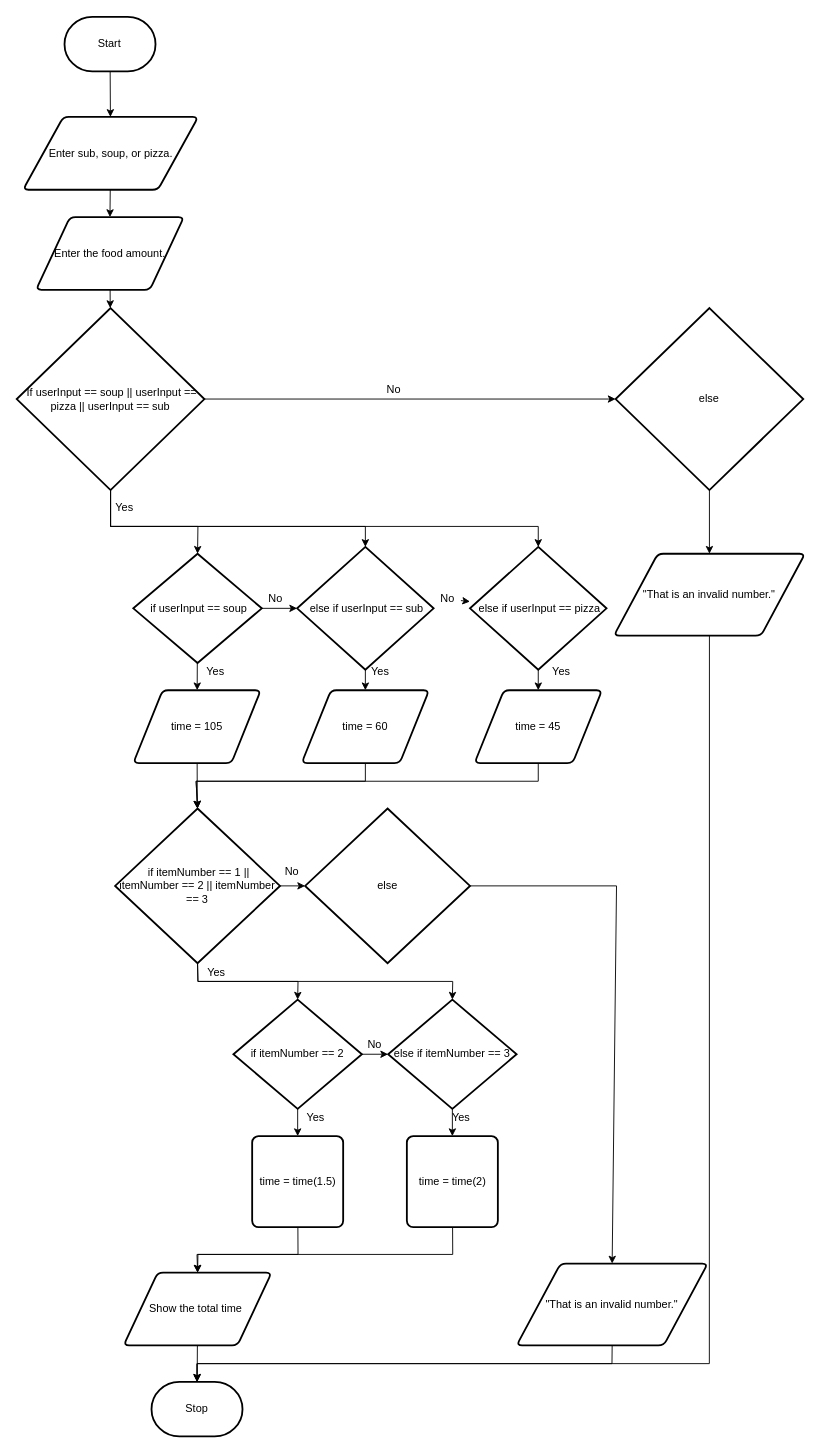
The draw.io diagram flowchart.drawio in Rodas-Nega1/ics4u-unit-1-03-typescript, before the edit. Source tidied: cells renumbered, new cells numbered last; positions are measured from the earlier drawing's top-left corner, leaving out a move shared by most shapes. Both pictures are drawn from the tidied source at 91%, with x=0, y=0 at pixel (16, 16).
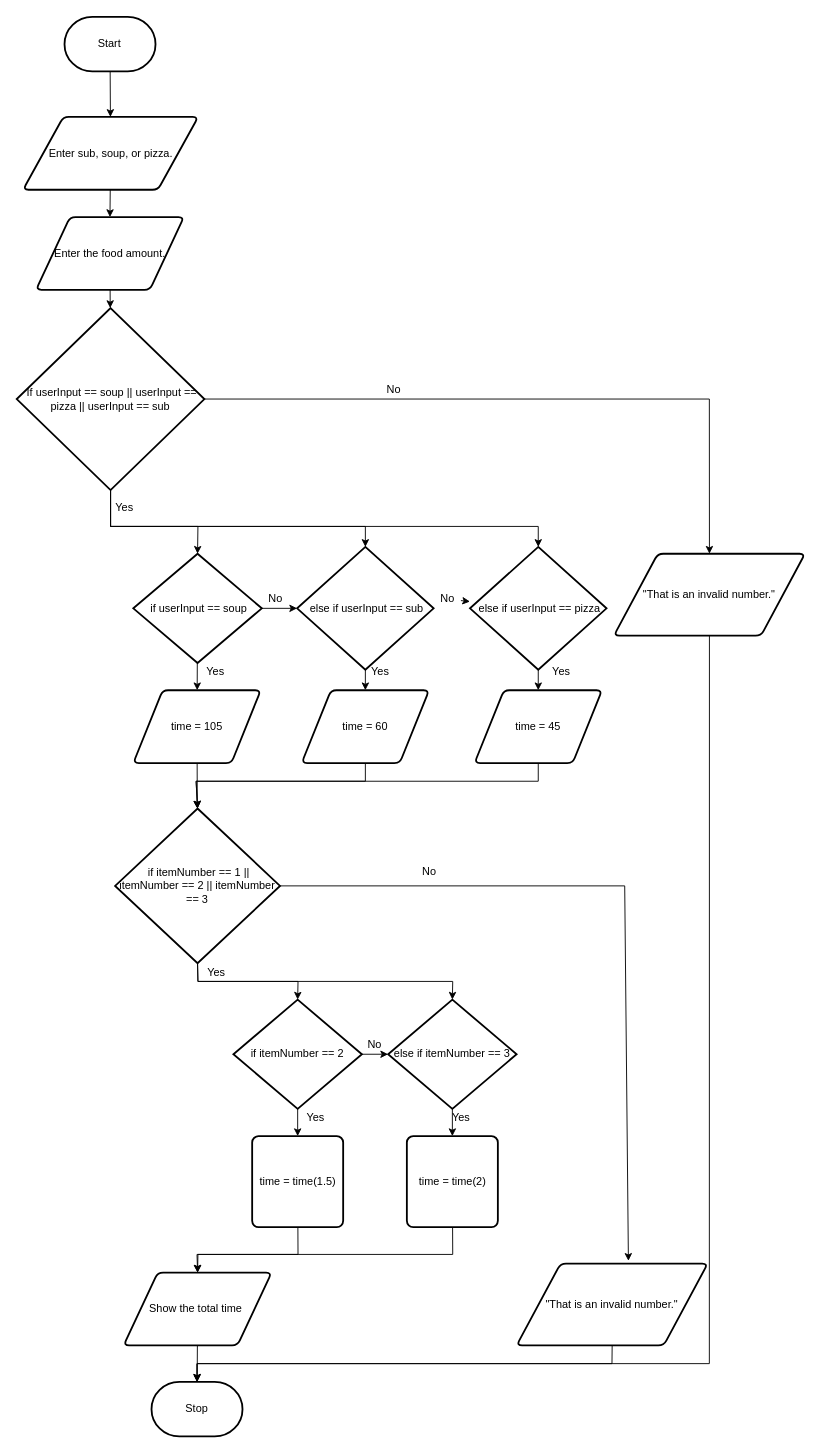
After the change.

Unchanged cells that the change refers to:
```xml
<mxCell id="11" value="&lt;span id=&quot;docs-internal-guid-6195adaa-7fff-0db7-8f2a-d677f404ffa1&quot;&gt;&lt;span style=&quot;background-color: transparent ; vertical-align: baseline&quot;&gt;&amp;nbsp;If userInput == soup || userInput == pizza || userInput == sub&lt;/span&gt;&lt;/span&gt;" style="strokeWidth=2;html=1;shape=mxgraph.flowchart.decision;whiteSpace=wrap;" parent="1" vertex="1">
  <mxGeometry x="-0.1" y="320" width="206.2" height="200" as="geometry" />
</mxCell>
<mxCell id="37" value="&lt;span id=&quot;docs-internal-guid-6195adaa-7fff-0db7-8f2a-d677f404ffa1&quot;&gt;&lt;span style=&quot;background-color: transparent ; vertical-align: baseline&quot;&gt;&amp;nbsp;if i&lt;/span&gt;&lt;/span&gt;temNumber == 1 || itemNumber == 2 || itemNumber == 3" style="strokeWidth=2;html=1;shape=mxgraph.flowchart.decision;whiteSpace=wrap;" parent="1" vertex="1">
  <mxGeometry x="108" y="870" width="181.2" height="170" as="geometry" />
</mxCell>
<mxCell id="52" value="&quot;That is an invalid number.&quot;" style="shape=parallelogram;html=1;strokeWidth=2;perimeter=parallelogramPerimeter;whiteSpace=wrap;rounded=1;arcSize=12;size=0.23;" parent="1" vertex="1">
  <mxGeometry x="549.2" y="1370" width="210" height="90" as="geometry" />
</mxCell>
<mxCell id="54" value="&quot;That is an invalid number.&quot;" style="shape=parallelogram;html=1;strokeWidth=2;perimeter=parallelogramPerimeter;whiteSpace=wrap;rounded=1;arcSize=12;size=0.23;" parent="1" vertex="1">
  <mxGeometry x="656.1" y="590" width="210" height="90" as="geometry" />
</mxCell>
```

What changed in the source:
```diff
@@
-    <mxCell id="10" style="edgeStyle=none;rounded=0;html=1;" parent="1" edge="1" source="11" target="29">
-      <mxGeometry relative="1" as="geometry" />
-    </mxCell>
+    <mxCell id="66" style="edgeStyle=none;html=1;entryX=0.5;entryY=0;entryDx=0;entryDy=0;rounded=0;" parent="1" edge="1" source="11" target="54">
+      <mxGeometry relative="1" as="geometry">
+        <Array as="points">
+          <mxPoint x="761" y="420" />
+        </Array>
+      </mxGeometry>
+    </mxCell>
@@
-    <mxCell id="28" style="edgeStyle=none;rounded=0;html=1;entryX=0.5;entryY=0;entryDx=0;entryDy=0;" parent="1" edge="1" source="29" target="54">
-      <mxGeometry relative="1" as="geometry" />
-    </mxCell>
-    <mxCell id="29" value="&lt;span id=&quot;docs-internal-guid-6195adaa-7fff-0db7-8f2a-d677f404ffa1&quot;&gt;&lt;span style=&quot;background-color: transparent ; vertical-align: baseline&quot;&gt;else&lt;/span&gt;&lt;/span&gt;" style="strokeWidth=2;html=1;shape=mxgraph.flowchart.decision;whiteSpace=wrap;" parent="1" vertex="1">
-      <mxGeometry x="658" y="320" width="206.2" height="200" as="geometry" />
-    </mxCell>
@@
-    <mxCell id="35" style="edgeStyle=none;rounded=0;html=1;" parent="1" edge="1" source="37" target="44">
-      <mxGeometry relative="1" as="geometry" />
-    </mxCell>
@@
+    <mxCell id="67" style="edgeStyle=none;rounded=0;html=1;entryX=0.585;entryY=-0.033;entryDx=0;entryDy=0;entryPerimeter=0;" parent="1" edge="1" source="37" target="52">
+      <mxGeometry relative="1" as="geometry">
+        <Array as="points">
+          <mxPoint x="668" y="955" />
+        </Array>
+      </mxGeometry>
+    </mxCell>
@@
-    <mxCell id="43" style="edgeStyle=none;rounded=0;html=1;entryX=0.5;entryY=0;entryDx=0;entryDy=0;exitX=1;exitY=0.5;exitDx=0;exitDy=0;exitPerimeter=0;" parent="1" edge="1" source="44" target="52">
-      <mxGeometry relative="1" as="geometry">
-        <Array as="points">
-          <mxPoint x="659" y="955" />
-        </Array>
-      </mxGeometry>
-    </mxCell>
-    <mxCell id="44" value="else" style="strokeWidth=2;html=1;shape=mxgraph.flowchart.decision;whiteSpace=wrap;" parent="1" vertex="1">
-      <mxGeometry x="316.8" y="870" width="181.2" height="170" as="geometry" />
-    </mxCell>
@@
     <mxCell id="61" value="No" style="text;html=1;align=center;verticalAlign=middle;fillColor=none;strokeColor=none;rounded=0;" parent="1" vertex="1">
-      <mxGeometry x="286.8" y="930" width="30" height="20" as="geometry" />
+      <mxGeometry x="438" y="930" width="30" height="20" as="geometry" />
     </mxCell>
```
